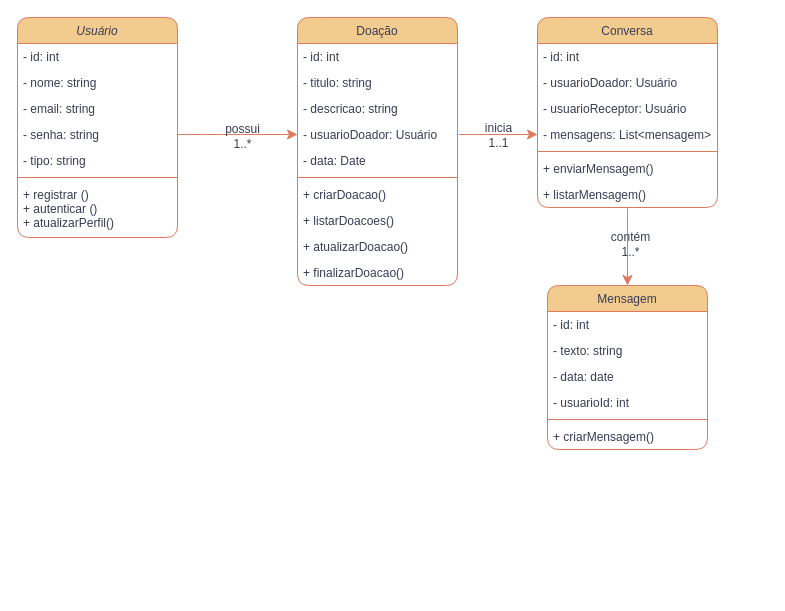
This is doafacil.drawio from borgesip/ipborges, a draw.io file, before an edit. Source tidied: cells renumbered, new cells numbered last; positions are measured from the earlier drawing's top-left corner, leaving out a move shared by most shapes. Both pictures are drawn from the tidied source at 100%, with x=0, y=0 at pixel (17, 17).
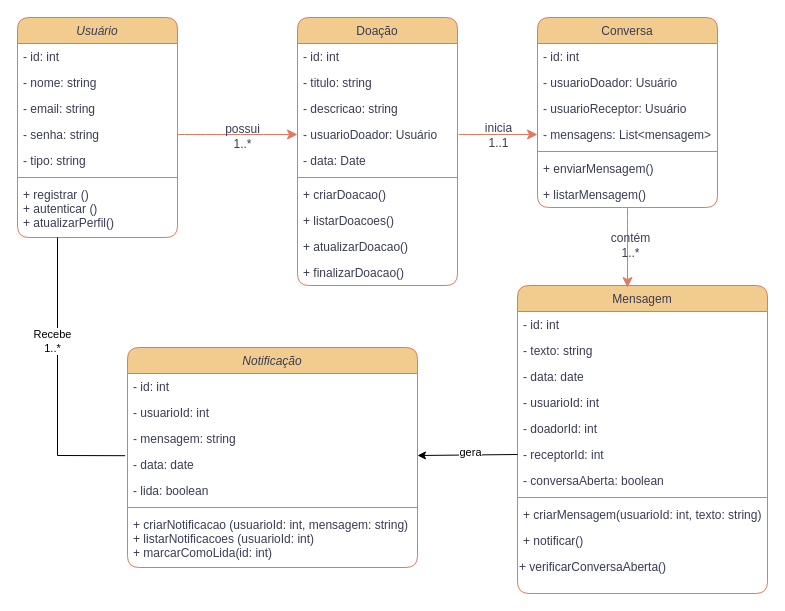
After the change.

The change refers to these unchanged cells:
```xml
<mxCell id="2" value="Usuário" style="swimlane;fontStyle=2;align=center;verticalAlign=top;horizontal=1;startSize=26;rounded=1;shadow=0;strokeWidth=1;labelBackgroundColor=none;fillColor=#F2CC8F;strokeColor=#E07A5F;fontColor=#393C56;" parent="1" vertex="1">
  <mxGeometry width="160" height="220" as="geometry" />
</mxCell>
<mxCell id="10" value="Conversa" style="swimlane;fontStyle=0;align=center;verticalAlign=top;horizontal=1;startSize=26;rounded=1;shadow=0;strokeWidth=1;labelBackgroundColor=none;fillColor=#F2CC8F;strokeColor=#E07A5F;fontColor=#393C56;" parent="1" vertex="1">
  <mxGeometry x="520" width="180" height="190" as="geometry" />
</mxCell>
```

What changed in the source:
```diff
@@
     <mxCell id="18" value="Mensagem" style="swimlane;fontStyle=0;align=center;verticalAlign=top;horizontal=1;startSize=26;rounded=1;shadow=0;strokeWidth=1;labelBackgroundColor=none;fillColor=#F2CC8F;strokeColor=#E07A5F;fontColor=#393C56;" parent="1" vertex="1">
-      <mxGeometry x="530" y="268" width="160" height="164" as="geometry" />
+      <mxGeometry x="500" y="268" width="250" height="308" as="geometry" />
     </mxCell>
     <mxCell id="19" value="- id: int" style="text;align=left;verticalAlign=top;spacingLeft=4;spacingRight=4;overflow=hidden;labelBackgroundColor=none;fontColor=#393C56;rounded=1;" parent="18" vertex="1">
-      <mxGeometry y="26" width="160" height="26" as="geometry" />
+      <mxGeometry y="26" width="250" height="26" as="geometry" />
     </mxCell>
     <mxCell id="20" value="- texto: string" style="text;align=left;verticalAlign=top;spacingLeft=4;spacingRight=4;overflow=hidden;labelBackgroundColor=none;fontColor=#393C56;rounded=1;" parent="18" vertex="1">
-      <mxGeometry y="52" width="160" height="26" as="geometry" />
+      <mxGeometry y="52" width="250" height="26" as="geometry" />
     </mxCell>
     <mxCell id="21" value="- data: date" style="text;align=left;verticalAlign=top;spacingLeft=4;spacingRight=4;overflow=hidden;labelBackgroundColor=none;fontColor=#393C56;rounded=1;" parent="18" vertex="1">
-      <mxGeometry y="78" width="160" height="26" as="geometry" />
+      <mxGeometry y="78" width="250" height="26" as="geometry" />
     </mxCell>
     <mxCell id="22" value="- usuarioId: int" style="text;align=left;verticalAlign=top;spacingLeft=4;spacingRight=4;overflow=hidden;labelBackgroundColor=none;fontColor=#393C56;rounded=1;" parent="18" vertex="1">
-      <mxGeometry y="104" width="160" height="26" as="geometry" />
+      <mxGeometry y="104" width="250" height="26" as="geometry" />
     </mxCell>
+    <mxCell id="42" value="- doadorId: int" style="text;align=left;verticalAlign=top;spacingLeft=4;spacingRight=4;overflow=hidden;labelBackgroundColor=none;fontColor=#393C56;rounded=1;" parent="18" vertex="1">
+      <mxGeometry y="130" width="250" height="26" as="geometry" />
+    </mxCell>
+    <mxCell id="43" value="- receptorId: int" style="text;align=left;verticalAlign=top;spacingLeft=4;spacingRight=4;overflow=hidden;points=[[0,0.5],[1,0.5]];portConstraint=eastwest;labelBackgroundColor=none;fontColor=#393C56;rounded=1;" parent="18" vertex="1">
+      <mxGeometry y="156" width="250" height="26" as="geometry" />
+    </mxCell>
+    <mxCell id="44" value="- conversaAberta: boolean" style="text;align=left;verticalAlign=top;spacingLeft=4;spacingRight=4;overflow=hidden;labelBackgroundColor=none;fontColor=#393C56;rounded=1;" parent="18" vertex="1">
+      <mxGeometry y="182" width="250" height="26" as="geometry" />
+    </mxCell>
     <mxCell id="23" style="line;html=1;strokeWidth=1;align=left;verticalAlign=middle;spacingTop=-1;spacingLeft=3;spacingRight=3;labelPosition=right;labelBackgroundColor=none;fillColor=#F2CC8F;strokeColor=#E07A5F;fontColor=#393C56;rounded=1;" parent="18" vertex="1">
-      <mxGeometry y="130" width="160" height="8" as="geometry" />
+      <mxGeometry y="208" width="250" height="8" as="geometry" />
     </mxCell>
-    <mxCell id="24" value="+ criarMensagem()" style="text;align=left;verticalAlign=top;spacingLeft=4;spacingRight=4;overflow=hidden;labelBackgroundColor=none;fontColor=#393C56;rounded=1;" parent="18" vertex="1">
-      <mxGeometry y="138" width="160" height="26" as="geometry" />
+    <mxCell id="24" value="+ criarMensagem(usuarioId: int, texto: string)" style="text;align=left;verticalAlign=top;spacingLeft=4;spacingRight=4;overflow=hidden;labelBackgroundColor=none;fontColor=#393C56;rounded=1;" parent="18" vertex="1">
+      <mxGeometry y="216" width="250" height="26" as="geometry" />
     </mxCell>
+    <mxCell id="45" value="+ notificar()" style="text;align=left;verticalAlign=top;spacingLeft=4;spacingRight=4;overflow=hidden;labelBackgroundColor=none;fontColor=#393C56;rounded=1;" parent="18" vertex="1">
+      <mxGeometry y="242" width="250" height="26" as="geometry" />
+    </mxCell>
+    <mxCell id="46" value="&lt;span style=&quot;color: rgb(57, 60, 86); font-family: Helvetica; font-size: 12px; font-style: normal; font-variant-ligatures: normal; font-variant-caps: normal; font-weight: 400; letter-spacing: normal; orphans: 2; text-align: left; text-indent: 0px; text-transform: none; widows: 2; word-spacing: 0px; -webkit-text-stroke-width: 0px; white-space: nowrap; background-color: rgb(251, 251, 251); text-decoration-thickness: initial; text-decoration-style: initial; text-decoration-color: initial; display: inline !important; float: none;&quot;&gt;+ verificarConversaAberta()&lt;/span&gt;" style="text;whiteSpace=wrap;html=1;" parent="18" vertex="1">
+      <mxGeometry y="268" width="250" height="40" as="geometry" />
+    </mxCell>
@@
-    <mxCell id="38" style="endArrow=classic;html=1;rounded=1;fontSize=12;startSize=8;endSize=8;curved=1;entryX=0.5;entryY=0;entryDx=0;entryDy=0;exitX=0.5;exitY=1;exitDx=0;exitDy=0;labelBackgroundColor=none;strokeColor=#E07A5F;fontColor=default;" parent="1" edge="1" source="10" target="18">
-      <mxGeometry relative="1" as="geometry" />
+    <mxCell id="38" style="endArrow=classic;html=1;rounded=1;fontSize=12;startSize=8;endSize=8;curved=1;exitX=0.5;exitY=1;exitDx=0;exitDy=0;labelBackgroundColor=none;strokeColor=#E07A5F;fontColor=default;" parent="1" edge="1" source="10">
+      <mxGeometry relative="1" as="geometry">
+        <mxPoint x="610" y="270" as="targetPoint" />
+      </mxGeometry>
     </mxCell>
@@
+    <mxCell id="47" value="Notificação" style="swimlane;fontStyle=2;align=center;verticalAlign=top;horizontal=1;startSize=26;rounded=1;shadow=0;strokeWidth=1;labelBackgroundColor=none;fillColor=#F2CC8F;strokeColor=#E07A5F;fontColor=#393C56;" parent="1" vertex="1">
+      <mxGeometry x="110" y="330" width="290" height="220" as="geometry" />
+    </mxCell>
+    <mxCell id="48" value="- id: int" style="text;align=left;verticalAlign=top;spacingLeft=4;spacingRight=4;overflow=hidden;labelBackgroundColor=none;fontColor=#393C56;rounded=1;" parent="47" vertex="1">
+      <mxGeometry y="26" width="290" height="26" as="geometry" />
+    </mxCell>
+    <mxCell id="49" value="- usuarioId: int" style="text;align=left;verticalAlign=top;spacingLeft=4;spacingRight=4;overflow=hidden;rounded=1;shadow=0;html=0;labelBackgroundColor=none;fontColor=#393C56;" parent="47" vertex="1">
+      <mxGeometry y="52" width="290" height="26" as="geometry" />
+    </mxCell>
+    <mxCell id="50" value="- mensagem: string&#10;" style="text;align=left;verticalAlign=top;spacingLeft=4;spacingRight=4;overflow=hidden;rounded=1;shadow=0;html=0;labelBackgroundColor=none;fontColor=#393C56;" parent="47" vertex="1">
+      <mxGeometry y="78" width="290" height="26" as="geometry" />
+    </mxCell>
+    <mxCell id="51" value="- data: date" style="text;align=left;verticalAlign=top;spacingLeft=4;spacingRight=4;overflow=hidden;points=[[0,0.5],[1,0.5]];portConstraint=eastwest;rounded=1;shadow=0;html=0;labelBackgroundColor=none;fontColor=#393C56;" parent="47" vertex="1">
+      <mxGeometry y="104" width="290" height="26" as="geometry" />
+    </mxCell>
+    <mxCell id="52" value="- lida: boolean" style="text;align=left;verticalAlign=top;spacingLeft=4;spacingRight=4;overflow=hidden;rounded=1;shadow=0;html=0;labelBackgroundColor=none;fontColor=#393C56;" parent="47" vertex="1">
+      <mxGeometry y="130" width="290" height="26" as="geometry" />
+    </mxCell>
+    <mxCell id="53" style="line;html=1;strokeWidth=1;align=left;verticalAlign=middle;spacingTop=-1;spacingLeft=3;spacingRight=3;labelPosition=right;labelBackgroundColor=none;fillColor=#F2CC8F;strokeColor=#E07A5F;fontColor=#393C56;rounded=1;" parent="47" vertex="1">
+      <mxGeometry y="156" width="290" height="8" as="geometry" />
+    </mxCell>
+    <mxCell id="54" value="+ criarNotificacao (usuarioId: int, mensagem: string)&#10;+ listarNotificacoes (usuarioId: int)&#10;+ marcarComoLida(id: int)" style="text;align=left;verticalAlign=top;spacingLeft=4;spacingRight=4;overflow=hidden;labelBackgroundColor=none;fontColor=#393C56;rounded=1;" parent="47" vertex="1">
+      <mxGeometry y="164" width="290" height="48" as="geometry" />
+    </mxCell>
+    <mxCell id="55" style="endArrow=none;html=1;rounded=0;exitX=0.25;exitY=1;exitDx=0;exitDy=0;entryX=-0.008;entryY=0.161;entryDx=0;entryDy=0;entryPerimeter=0;" parent="1" edge="1" source="2" target="51">
+      <mxGeometry relative="1" as="geometry">
+        <Array as="points">
+          <mxPoint x="40" y="438" />
+        </Array>
+      </mxGeometry>
+    </mxCell>
+    <mxCell id="56" value="Recebe&lt;div&gt;1..*&lt;/div&gt;" style="edgeLabel;html=1;align=center;verticalAlign=middle;" parent="55" vertex="1">
+      <mxGeometry x="-0.28" y="-5" relative="1" as="geometry" />
+    </mxCell>
+    <mxCell id="57" style="endArrow=classic;html=1;rounded=0;exitX=0;exitY=0.5;exitDx=0;exitDy=0;" parent="1" edge="1" source="43">
+      <mxGeometry relative="1" as="geometry">
+        <mxPoint x="400" y="438" as="targetPoint" />
+      </mxGeometry>
+    </mxCell>
+    <mxCell id="58" value="gera" style="edgeLabel;html=1;align=center;verticalAlign=middle;" parent="57" vertex="1">
+      <mxGeometry x="-0.06" y="-3" relative="1" as="geometry" />
+    </mxCell>
```
